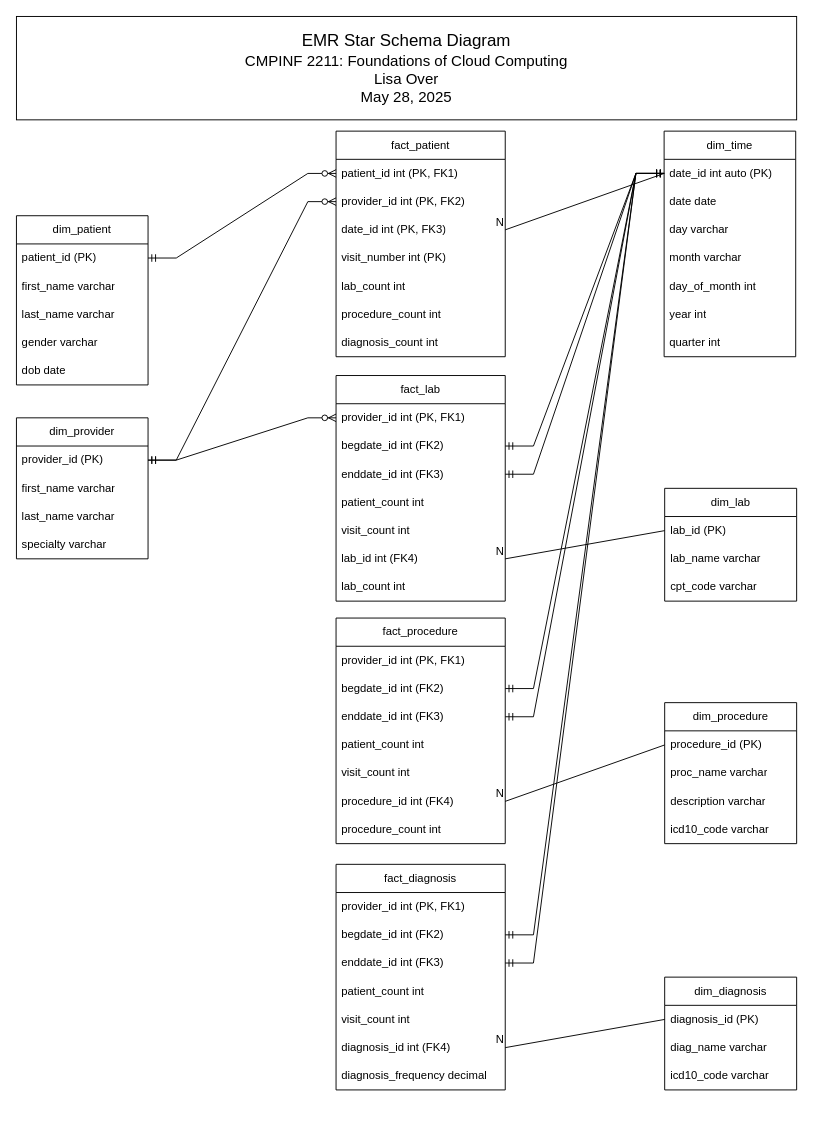
sandbox-lisa/drawio keeps this draw.io diagram as EMR_Star_Schema/schema_diagram.drawio. Above is the earlier version. Source tidied: cells renumbered, new cells numbered last; positions are measured from the earlier drawing's top-left corner, leaving out a move shared by most shapes. Both pictures are drawn from the tidied source at 94%, with x=0, y=0 at pixel (16, 16).
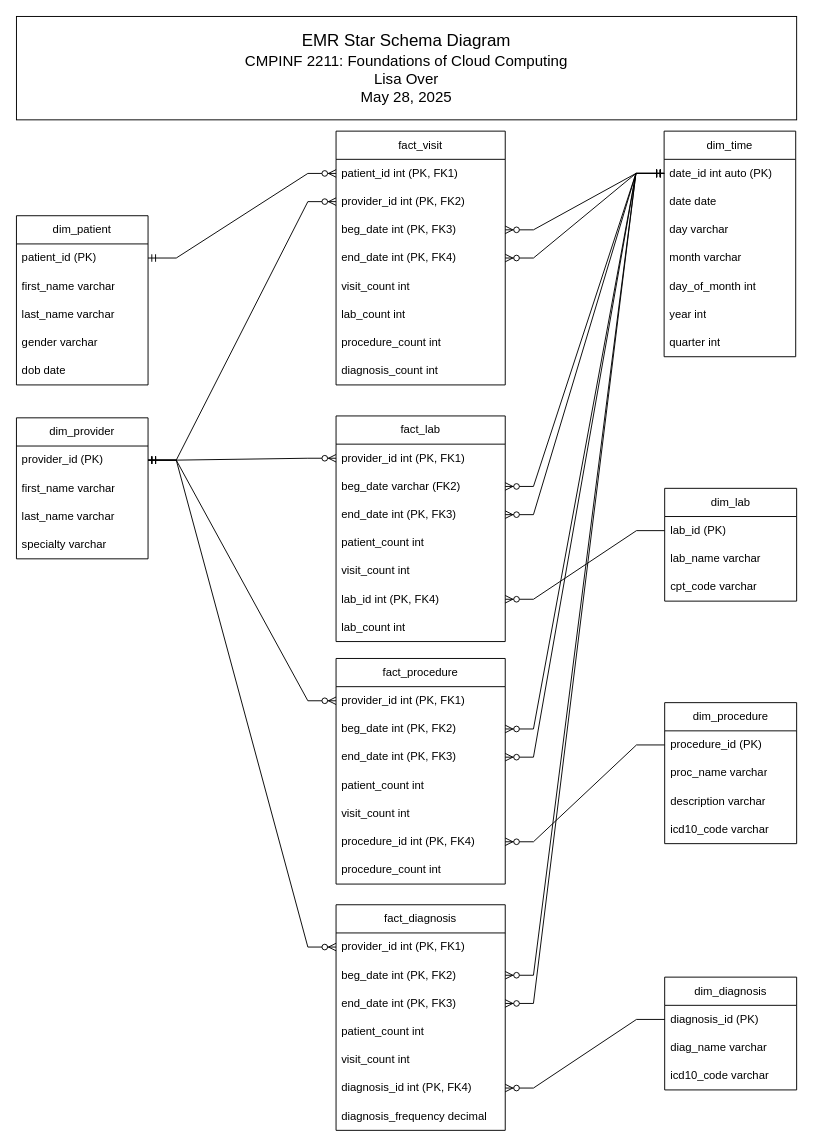
Above is the later version.

The change refers to these unchanged cells:
```xml
<mxCell id="11" value="date_id int auto (PK)" style="text;strokeColor=none;fillColor=none;align=left;verticalAlign=middle;spacingLeft=4;spacingRight=4;overflow=hidden;points=[[0,0.5],[1,0.5]];portConstraint=eastwest;whiteSpace=wrap;html=1;" parent="10" vertex="1">
  <mxGeometry y="30" width="140" height="30" as="geometry" />
</mxCell>
<mxCell id="25" value="provider_id (PK)" style="text;strokeColor=none;fillColor=none;align=left;verticalAlign=middle;spacingLeft=4;spacingRight=4;overflow=hidden;points=[[0,0.5],[1,0.5]];portConstraint=eastwest;whiteSpace=wrap;html=1;" parent="24" vertex="1">
  <mxGeometry y="30" width="140" height="30" as="geometry" />
</mxCell>
<mxCell id="30" value="diagnosis_id (PK)" style="text;strokeColor=none;fillColor=none;align=left;verticalAlign=middle;spacingLeft=4;spacingRight=4;overflow=hidden;points=[[0,0.5],[1,0.5]];portConstraint=eastwest;whiteSpace=wrap;html=1;" parent="29" vertex="1">
  <mxGeometry y="30" width="140.4" height="30" as="geometry" />
</mxCell>
<mxCell id="43" value="lab_id (PK)" style="text;strokeColor=none;fillColor=none;align=left;verticalAlign=middle;spacingLeft=4;spacingRight=4;overflow=hidden;points=[[0,0.5],[1,0.5]];portConstraint=eastwest;whiteSpace=wrap;html=1;" parent="42" vertex="1">
  <mxGeometry y="30" width="140.4" height="30" as="geometry" />
</mxCell>
<mxCell id="47" value="procedure_id (PK)" style="text;strokeColor=none;fillColor=none;align=left;verticalAlign=middle;spacingLeft=4;spacingRight=4;overflow=hidden;points=[[0,0.5],[1,0.5]];portConstraint=eastwest;whiteSpace=wrap;html=1;" parent="46" vertex="1">
  <mxGeometry y="30" width="140.4" height="30" as="geometry" />
</mxCell>
<mxCell id="61" value="provider_id int (PK, FK1)" style="text;strokeColor=none;fillColor=none;align=left;verticalAlign=middle;spacingLeft=4;spacingRight=4;overflow=hidden;points=[[0,0.5],[1,0.5]];portConstraint=eastwest;whiteSpace=wrap;html=1;" parent="60" vertex="1">
  <mxGeometry y="30" width="180" height="30" as="geometry" />
</mxCell>
<mxCell id="69" value="provider_id int (PK, FK1)" style="text;strokeColor=none;fillColor=none;align=left;verticalAlign=middle;spacingLeft=4;spacingRight=4;overflow=hidden;points=[[0,0.5],[1,0.5]];portConstraint=eastwest;whiteSpace=wrap;html=1;" parent="68" vertex="1">
  <mxGeometry y="30" width="180" height="30" as="geometry" />
</mxCell>
```

Change to the diagram source:
```diff
@@
-    <mxCell id="2" value="fact_patient" style="swimlane;fontStyle=0;horizontal=1;startSize=30;whiteSpace=wrap;html=1;" parent="1" vertex="1">
-      <mxGeometry x="340" y="122" width="180" height="240" as="geometry" />
+    <mxCell id="2" value="fact_visit" style="swimlane;fontStyle=0;horizontal=1;startSize=30;whiteSpace=wrap;html=1;" parent="1" vertex="1">
+      <mxGeometry x="340" y="122" width="180" height="270" as="geometry" />
     </mxCell>
@@
-    <mxCell id="5" value="date_id int (PK, FK3)" style="text;strokeColor=none;fillColor=none;align=left;verticalAlign=middle;spacingLeft=4;spacingRight=4;overflow=hidden;points=[[0,0.5],[1,0.5]];portConstraint=eastwest;whiteSpace=wrap;html=1;" parent="2" vertex="1">
+    <mxCell id="5" value="beg_date int (PK, FK3)" style="text;strokeColor=none;fillColor=none;align=left;verticalAlign=middle;spacingLeft=4;spacingRight=4;overflow=hidden;points=[[0,0.5],[1,0.5]];portConstraint=eastwest;whiteSpace=wrap;html=1;" parent="2" vertex="1">
       <mxGeometry y="90" width="180" height="30" as="geometry" />
     </mxCell>
+    <mxCell id="84" value="end_date int (PK, FK4)" style="text;strokeColor=none;fillColor=none;align=left;verticalAlign=middle;spacingLeft=4;spacingRight=4;overflow=hidden;points=[[0,0.5],[1,0.5]];portConstraint=eastwest;whiteSpace=wrap;html=1;" parent="2" vertex="1">
+      <mxGeometry y="120" width="180" height="30" as="geometry" />
+    </mxCell>
-    <mxCell id="6" value="visit_number int (PK)" style="text;strokeColor=none;fillColor=none;align=left;verticalAlign=middle;spacingLeft=4;spacingRight=4;overflow=hidden;whiteSpace=wrap;html=1;" parent="2" vertex="1">
-      <mxGeometry y="120" width="180" height="30" as="geometry" />
+    <mxCell id="6" value="visit_count int" style="text;strokeColor=none;fillColor=none;align=left;verticalAlign=middle;spacingLeft=4;spacingRight=4;overflow=hidden;whiteSpace=wrap;html=1;" parent="2" vertex="1">
+      <mxGeometry y="150" width="180" height="30" as="geometry" />
     </mxCell>
     <mxCell id="7" value="lab_count int" style="text;strokeColor=none;fillColor=none;align=left;verticalAlign=middle;spacingLeft=4;spacingRight=4;overflow=hidden;whiteSpace=wrap;html=1;" parent="2" vertex="1">
-      <mxGeometry y="150" width="180" height="30" as="geometry" />
+      <mxGeometry y="180" width="180" height="30" as="geometry" />
     </mxCell>
     <mxCell id="8" value="procedure_count int" style="text;strokeColor=none;fillColor=none;align=left;verticalAlign=middle;spacingLeft=4;spacingRight=4;overflow=hidden;whiteSpace=wrap;html=1;" parent="2" vertex="1">
-      <mxGeometry y="180" width="180" height="30" as="geometry" />
+      <mxGeometry y="210" width="180" height="30" as="geometry" />
     </mxCell>
     <mxCell id="9" value="diagnosis_count int" style="text;strokeColor=none;fillColor=none;align=left;verticalAlign=middle;spacingLeft=4;spacingRight=4;overflow=hidden;whiteSpace=wrap;html=1;" parent="2" vertex="1">
-      <mxGeometry y="210" width="180" height="30" as="geometry" />
+      <mxGeometry y="240" width="180" height="30" as="geometry" />
     </mxCell>
@@
     <mxCell id="34" value="fact_lab" style="swimlane;fontStyle=0;horizontal=1;startSize=30;whiteSpace=wrap;html=1;" parent="1" vertex="1">
-      <mxGeometry x="340" y="382" width="180" height="240" as="geometry" />
+      <mxGeometry x="340" y="425" width="180" height="240" as="geometry" />
     </mxCell>
@@
-    <mxCell id="36" value="begdate_id int (FK2)" style="text;strokeColor=none;fillColor=none;align=left;verticalAlign=middle;spacingLeft=4;spacingRight=4;overflow=hidden;points=[[0,0.5],[1,0.5]];portConstraint=eastwest;whiteSpace=wrap;html=1;" parent="34" vertex="1">
+    <mxCell id="36" value="beg_date&amp;nbsp;varchar (FK2)" style="text;strokeColor=none;fillColor=none;align=left;verticalAlign=middle;spacingLeft=4;spacingRight=4;overflow=hidden;points=[[0,0.5],[1,0.5]];portConstraint=eastwest;whiteSpace=wrap;html=1;" parent="34" vertex="1">
       <mxGeometry y="60" width="180" height="30" as="geometry" />
     </mxCell>
-    <mxCell id="37" value="enddate_id int (FK3)" style="text;strokeColor=none;fillColor=none;align=left;verticalAlign=middle;spacingLeft=4;spacingRight=4;overflow=hidden;points=[[0,0.5],[1,0.5]];portConstraint=eastwest;whiteSpace=wrap;html=1;" parent="34" vertex="1">
+    <mxCell id="37" value="end_date int (PK,&amp;nbsp;FK3)" style="text;strokeColor=none;fillColor=none;align=left;verticalAlign=middle;spacingLeft=4;spacingRight=4;overflow=hidden;points=[[0,0.5],[1,0.5]];portConstraint=eastwest;whiteSpace=wrap;html=1;" parent="34" vertex="1">
       <mxGeometry y="90" width="180" height="30" as="geometry" />
     </mxCell>
@@
-    <mxCell id="40" value="lab_id int (FK4)" style="text;strokeColor=none;fillColor=none;align=left;verticalAlign=middle;spacingLeft=4;spacingRight=4;overflow=hidden;points=[[0,0.5],[1,0.5]];portConstraint=eastwest;whiteSpace=wrap;html=1;" parent="34" vertex="1">
+    <mxCell id="40" value="lab_id int (PK,&amp;nbsp;FK4)" style="text;strokeColor=none;fillColor=none;align=left;verticalAlign=middle;spacingLeft=4;spacingRight=4;overflow=hidden;points=[[0,0.5],[1,0.5]];portConstraint=eastwest;whiteSpace=wrap;html=1;" parent="34" vertex="1">
       <mxGeometry y="180" width="180" height="30" as="geometry" />
     </mxCell>
@@
-    <mxCell id="51" style="endArrow=none;html=1;rounded=0;exitX=0;exitY=0.5;exitDx=0;exitDy=0;entryX=1;entryY=0.5;entryDx=0;entryDy=0;" parent="1" edge="1" source="43" target="40">
-      <mxGeometry relative="1" as="geometry" />
-    </mxCell>
-    <mxCell id="52" value="N" style="html=1;whiteSpace=wrap;align=right;verticalAlign=bottom;" parent="51" vertex="1">
-      <mxGeometry x="1" relative="1" as="geometry" />
-    </mxCell>
-    <mxCell id="53" style="endArrow=none;html=1;rounded=0;exitX=0;exitY=0.5;exitDx=0;exitDy=0;entryX=1;entryY=0.5;entryDx=0;entryDy=0;" parent="1" edge="1" source="47" target="66">
-      <mxGeometry relative="1" as="geometry" />
-    </mxCell>
-    <mxCell id="54" value="N" style="html=1;whiteSpace=wrap;align=right;verticalAlign=bottom;" parent="53" vertex="1">
-      <mxGeometry x="1" relative="1" as="geometry" />
-    </mxCell>
-    <mxCell id="55" style="endArrow=none;html=1;rounded=0;exitX=0;exitY=0.5;exitDx=0;exitDy=0;entryX=1;entryY=0.5;entryDx=0;entryDy=0;" parent="1" edge="1" source="30" target="74">
-      <mxGeometry relative="1" as="geometry" />
-    </mxCell>
-    <mxCell id="56" value="N" style="html=1;whiteSpace=wrap;align=right;verticalAlign=bottom;" parent="55" vertex="1">
-      <mxGeometry x="1" relative="1" as="geometry" />
-    </mxCell>
@@
     <mxCell id="60" value="fact_procedure" style="swimlane;fontStyle=0;horizontal=1;startSize=30;whiteSpace=wrap;html=1;" parent="1" vertex="1">
-      <mxGeometry x="340" y="640" width="180" height="240" as="geometry" />
+      <mxGeometry x="340" y="683" width="180" height="240" as="geometry" />
     </mxCell>
@@
-    <mxCell id="62" value="begdate_id int (FK2)" style="text;strokeColor=none;fillColor=none;align=left;verticalAlign=middle;spacingLeft=4;spacingRight=4;overflow=hidden;points=[[0,0.5],[1,0.5]];portConstraint=eastwest;whiteSpace=wrap;html=1;" parent="60" vertex="1">
+    <mxCell id="62" value="beg_date&amp;nbsp;int (PK,&amp;nbsp;FK2)" style="text;strokeColor=none;fillColor=none;align=left;verticalAlign=middle;spacingLeft=4;spacingRight=4;overflow=hidden;points=[[0,0.5],[1,0.5]];portConstraint=eastwest;whiteSpace=wrap;html=1;" parent="60" vertex="1">
       <mxGeometry y="60" width="180" height="30" as="geometry" />
     </mxCell>
-    <mxCell id="63" value="enddate_id int (FK3)" style="text;strokeColor=none;fillColor=none;align=left;verticalAlign=middle;spacingLeft=4;spacingRight=4;overflow=hidden;points=[[0,0.5],[1,0.5]];portConstraint=eastwest;whiteSpace=wrap;html=1;" parent="60" vertex="1">
+    <mxCell id="63" value="end_date int (PK,&amp;nbsp;FK3)" style="text;strokeColor=none;fillColor=none;align=left;verticalAlign=middle;spacingLeft=4;spacingRight=4;overflow=hidden;points=[[0,0.5],[1,0.5]];portConstraint=eastwest;whiteSpace=wrap;html=1;" parent="60" vertex="1">
       <mxGeometry y="90" width="180" height="30" as="geometry" />
     </mxCell>
@@
-    <mxCell id="66" value="procedure_id int (FK4)" style="text;strokeColor=none;fillColor=none;align=left;verticalAlign=middle;spacingLeft=4;spacingRight=4;overflow=hidden;points=[[0,0.5],[1,0.5]];portConstraint=eastwest;whiteSpace=wrap;html=1;" parent="60" vertex="1">
+    <mxCell id="66" value="procedure_id int (PK,&amp;nbsp;FK4)" style="text;strokeColor=none;fillColor=none;align=left;verticalAlign=middle;spacingLeft=4;spacingRight=4;overflow=hidden;points=[[0,0.5],[1,0.5]];portConstraint=eastwest;whiteSpace=wrap;html=1;" parent="60" vertex="1">
       <mxGeometry y="180" width="180" height="30" as="geometry" />
     </mxCell>
@@
     <mxCell id="68" value="fact_diagnosis" style="swimlane;fontStyle=0;horizontal=1;startSize=30;whiteSpace=wrap;html=1;" parent="1" vertex="1">
-      <mxGeometry x="340" y="902" width="180" height="240" as="geometry" />
+      <mxGeometry x="340" y="945" width="180" height="240" as="geometry" />
     </mxCell>
@@
-    <mxCell id="70" value="begdate_id int (FK2)" style="text;strokeColor=none;fillColor=none;align=left;verticalAlign=middle;spacingLeft=4;spacingRight=4;overflow=hidden;points=[[0,0.5],[1,0.5]];portConstraint=eastwest;whiteSpace=wrap;html=1;" parent="68" vertex="1">
+    <mxCell id="70" value="beg_date&amp;nbsp;int (PK,&amp;nbsp;FK2)" style="text;strokeColor=none;fillColor=none;align=left;verticalAlign=middle;spacingLeft=4;spacingRight=4;overflow=hidden;points=[[0,0.5],[1,0.5]];portConstraint=eastwest;whiteSpace=wrap;html=1;" parent="68" vertex="1">
       <mxGeometry y="60" width="180" height="30" as="geometry" />
     </mxCell>
-    <mxCell id="71" value="enddate_id int (FK3)" style="text;strokeColor=none;fillColor=none;align=left;verticalAlign=middle;spacingLeft=4;spacingRight=4;overflow=hidden;points=[[0,0.5],[1,0.5]];portConstraint=eastwest;whiteSpace=wrap;html=1;" parent="68" vertex="1">
+    <mxCell id="71" value="end_date int (PK,&amp;nbsp;FK3)" style="text;strokeColor=none;fillColor=none;align=left;verticalAlign=middle;spacingLeft=4;spacingRight=4;overflow=hidden;points=[[0,0.5],[1,0.5]];portConstraint=eastwest;whiteSpace=wrap;html=1;" parent="68" vertex="1">
       <mxGeometry y="90" width="180" height="30" as="geometry" />
     </mxCell>
@@
-    <mxCell id="74" value="diagnosis_id int (FK4)" style="text;strokeColor=none;fillColor=none;align=left;verticalAlign=middle;spacingLeft=4;spacingRight=4;overflow=hidden;points=[[0,0.5],[1,0.5]];portConstraint=eastwest;whiteSpace=wrap;html=1;" parent="68" vertex="1">
+    <mxCell id="74" value="diagnosis_id int (PK,&amp;nbsp;FK4)" style="text;strokeColor=none;fillColor=none;align=left;verticalAlign=middle;spacingLeft=4;spacingRight=4;overflow=hidden;points=[[0,0.5],[1,0.5]];portConstraint=eastwest;whiteSpace=wrap;html=1;" parent="68" vertex="1">
       <mxGeometry y="180" width="180" height="30" as="geometry" />
     </mxCell>
@@
-    <mxCell id="76" style="endArrow=none;html=1;rounded=0;exitX=0;exitY=0.5;exitDx=0;exitDy=0;entryX=1;entryY=0.5;entryDx=0;entryDy=0;" parent="1" edge="1" source="11" target="5">
+    <mxCell id="76" style="edgeStyle=entityRelationEdgeStyle;fontSize=12;html=1;endArrow=ERzeroToMany;startArrow=ERmandOne;rounded=0;entryX=1;entryY=0.5;entryDx=0;entryDy=0;exitX=0;exitY=0.5;exitDx=0;exitDy=0;" parent="1" edge="1" source="11" target="5">
       <mxGeometry relative="1" as="geometry" />
     </mxCell>
-    <mxCell id="77" value="N" style="html=1;whiteSpace=wrap;align=right;verticalAlign=bottom;" parent="76" vertex="1">
-      <mxGeometry x="1" relative="1" as="geometry" />
-    </mxCell>
-    <mxCell id="78" style="edgeStyle=entityRelationEdgeStyle;fontSize=12;html=1;endArrow=ERmandOne;startArrow=ERmandOne;rounded=0;entryX=0;entryY=0.5;entryDx=0;entryDy=0;exitX=1;exitY=0.5;exitDx=0;exitDy=0;" parent="1" edge="1" source="36" target="11">
-      <mxGeometry relative="1" as="geometry" />
-    </mxCell>
-    <mxCell id="79" style="edgeStyle=entityRelationEdgeStyle;fontSize=12;html=1;endArrow=ERmandOne;startArrow=ERmandOne;rounded=0;entryX=0;entryY=0.5;entryDx=0;entryDy=0;exitX=1;exitY=0.5;exitDx=0;exitDy=0;" parent="1" edge="1" source="37" target="11">
-      <mxGeometry relative="1" as="geometry" />
-    </mxCell>
-    <mxCell id="80" style="edgeStyle=entityRelationEdgeStyle;fontSize=12;html=1;endArrow=ERmandOne;startArrow=ERmandOne;rounded=0;exitX=1;exitY=0.5;exitDx=0;exitDy=0;entryX=0;entryY=0.5;entryDx=0;entryDy=0;" parent="1" edge="1" source="62" target="11">
-      <mxGeometry relative="1" as="geometry" />
-    </mxCell>
-    <mxCell id="81" style="edgeStyle=entityRelationEdgeStyle;fontSize=12;html=1;endArrow=ERmandOne;startArrow=ERmandOne;rounded=0;entryX=0;entryY=0.5;entryDx=0;entryDy=0;exitX=1;exitY=0.5;exitDx=0;exitDy=0;" parent="1" edge="1" source="63" target="11">
-      <mxGeometry relative="1" as="geometry" />
-    </mxCell>
-    <mxCell id="82" style="edgeStyle=entityRelationEdgeStyle;fontSize=12;html=1;endArrow=ERmandOne;startArrow=ERmandOne;rounded=0;exitX=1;exitY=0.5;exitDx=0;exitDy=0;entryX=0;entryY=0.5;entryDx=0;entryDy=0;" parent="1" edge="1" source="70" target="11">
-      <mxGeometry relative="1" as="geometry" />
-    </mxCell>
-    <mxCell id="83" style="edgeStyle=entityRelationEdgeStyle;fontSize=12;html=1;endArrow=ERmandOne;startArrow=ERmandOne;rounded=0;entryX=0;entryY=0.5;entryDx=0;entryDy=0;exitX=1;exitY=0.5;exitDx=0;exitDy=0;" parent="1" edge="1" source="71" target="11">
-      <mxGeometry relative="1" as="geometry" />
-    </mxCell>
+    <mxCell id="85" style="edgeStyle=entityRelationEdgeStyle;fontSize=12;html=1;endArrow=ERzeroToMany;startArrow=ERmandOne;rounded=0;entryX=1;entryY=0.5;entryDx=0;entryDy=0;exitX=0;exitY=0.5;exitDx=0;exitDy=0;" parent="1" edge="1" source="11" target="84">
+      <mxGeometry relative="1" as="geometry" />
+    </mxCell>
+    <mxCell id="86" style="edgeStyle=entityRelationEdgeStyle;fontSize=12;html=1;endArrow=ERzeroToMany;startArrow=ERmandOne;rounded=0;entryX=1;entryY=0.5;entryDx=0;entryDy=0;exitX=0;exitY=0.5;exitDx=0;exitDy=0;" parent="1" edge="1" source="11" target="63">
+      <mxGeometry relative="1" as="geometry" />
+    </mxCell>
+    <mxCell id="87" style="edgeStyle=entityRelationEdgeStyle;fontSize=12;html=1;endArrow=ERzeroToMany;startArrow=ERmandOne;rounded=0;entryX=1;entryY=0.5;entryDx=0;entryDy=0;exitX=0;exitY=0.5;exitDx=0;exitDy=0;" parent="1" edge="1" source="11" target="62">
+      <mxGeometry relative="1" as="geometry" />
+    </mxCell>
+    <mxCell id="88" style="edgeStyle=entityRelationEdgeStyle;fontSize=12;html=1;endArrow=ERzeroToMany;startArrow=ERmandOne;rounded=0;entryX=1;entryY=0.5;entryDx=0;entryDy=0;exitX=0;exitY=0.5;exitDx=0;exitDy=0;" parent="1" edge="1" source="11" target="70">
+      <mxGeometry relative="1" as="geometry" />
+    </mxCell>
+    <mxCell id="89" style="edgeStyle=entityRelationEdgeStyle;fontSize=12;html=1;endArrow=ERzeroToMany;startArrow=ERmandOne;rounded=0;exitX=0;exitY=0.5;exitDx=0;exitDy=0;entryX=1;entryY=0.5;entryDx=0;entryDy=0;" parent="1" edge="1" source="11" target="36">
+      <mxGeometry relative="1" as="geometry" />
+    </mxCell>
+    <mxCell id="90" style="edgeStyle=entityRelationEdgeStyle;fontSize=12;html=1;endArrow=ERzeroToMany;startArrow=ERmandOne;rounded=0;entryX=1;entryY=0.5;entryDx=0;entryDy=0;exitX=0;exitY=0.5;exitDx=0;exitDy=0;" parent="1" edge="1" source="11" target="37">
+      <mxGeometry relative="1" as="geometry" />
+    </mxCell>
+    <mxCell id="91" style="edgeStyle=entityRelationEdgeStyle;fontSize=12;html=1;endArrow=ERzeroToMany;startArrow=ERmandOne;rounded=0;exitX=0;exitY=0.5;exitDx=0;exitDy=0;entryX=1;entryY=0.5;entryDx=0;entryDy=0;" parent="1" edge="1" source="11" target="71">
+      <mxGeometry relative="1" as="geometry" />
+    </mxCell>
+    <mxCell id="92" style="edgeStyle=entityRelationEdgeStyle;fontSize=12;html=1;endArrow=ERzeroToMany;startArrow=ERmandOne;rounded=0;entryX=0;entryY=0.5;entryDx=0;entryDy=0;exitX=1;exitY=0.5;exitDx=0;exitDy=0;" parent="1" edge="1" source="25" target="61">
+      <mxGeometry relative="1" as="geometry" />
+    </mxCell>
+    <mxCell id="93" style="edgeStyle=entityRelationEdgeStyle;fontSize=12;html=1;endArrow=ERzeroToMany;startArrow=ERmandOne;rounded=0;entryX=0;entryY=0.5;entryDx=0;entryDy=0;exitX=1;exitY=0.5;exitDx=0;exitDy=0;" parent="1" edge="1" source="25" target="69">
+      <mxGeometry relative="1" as="geometry" />
+    </mxCell>
+    <mxCell id="55" style="edgeStyle=entityRelationEdgeStyle;fontSize=12;html=1;endArrow=ERzeroToMany;endFill=1;rounded=0;entryX=1;entryY=0.5;entryDx=0;entryDy=0;exitX=0;exitY=0.5;exitDx=0;exitDy=0;" parent="1" edge="1" source="30" target="74">
+      <mxGeometry relative="1" as="geometry" />
+    </mxCell>
+    <mxCell id="53" style="edgeStyle=entityRelationEdgeStyle;fontSize=12;html=1;endArrow=ERzeroToMany;endFill=1;rounded=0;entryX=1;entryY=0.5;entryDx=0;entryDy=0;exitX=0;exitY=0.5;exitDx=0;exitDy=0;" parent="1" edge="1" source="47" target="66">
+      <mxGeometry relative="1" as="geometry" />
+    </mxCell>
+    <mxCell id="51" style="edgeStyle=entityRelationEdgeStyle;fontSize=12;html=1;endArrow=ERzeroToMany;endFill=1;rounded=0;entryX=1;entryY=0.5;entryDx=0;entryDy=0;exitX=0;exitY=0.5;exitDx=0;exitDy=0;" parent="1" edge="1" source="43" target="40">
+      <mxGeometry relative="1" as="geometry" />
+    </mxCell>
```
